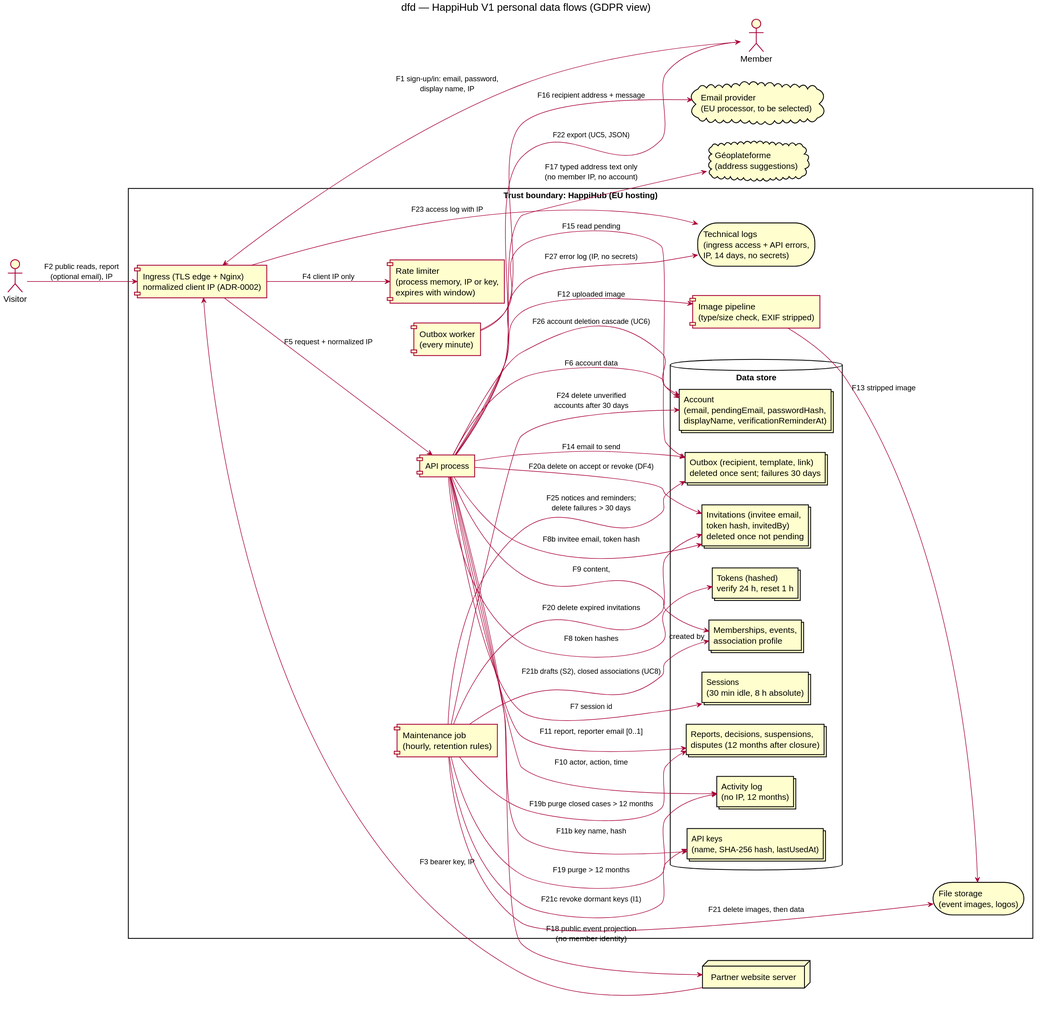
Earlier version of the PlantUML export docs/architecture/diagrams/v1-events/06-data-flow.svg (benoit-bremaud/HappiHub).
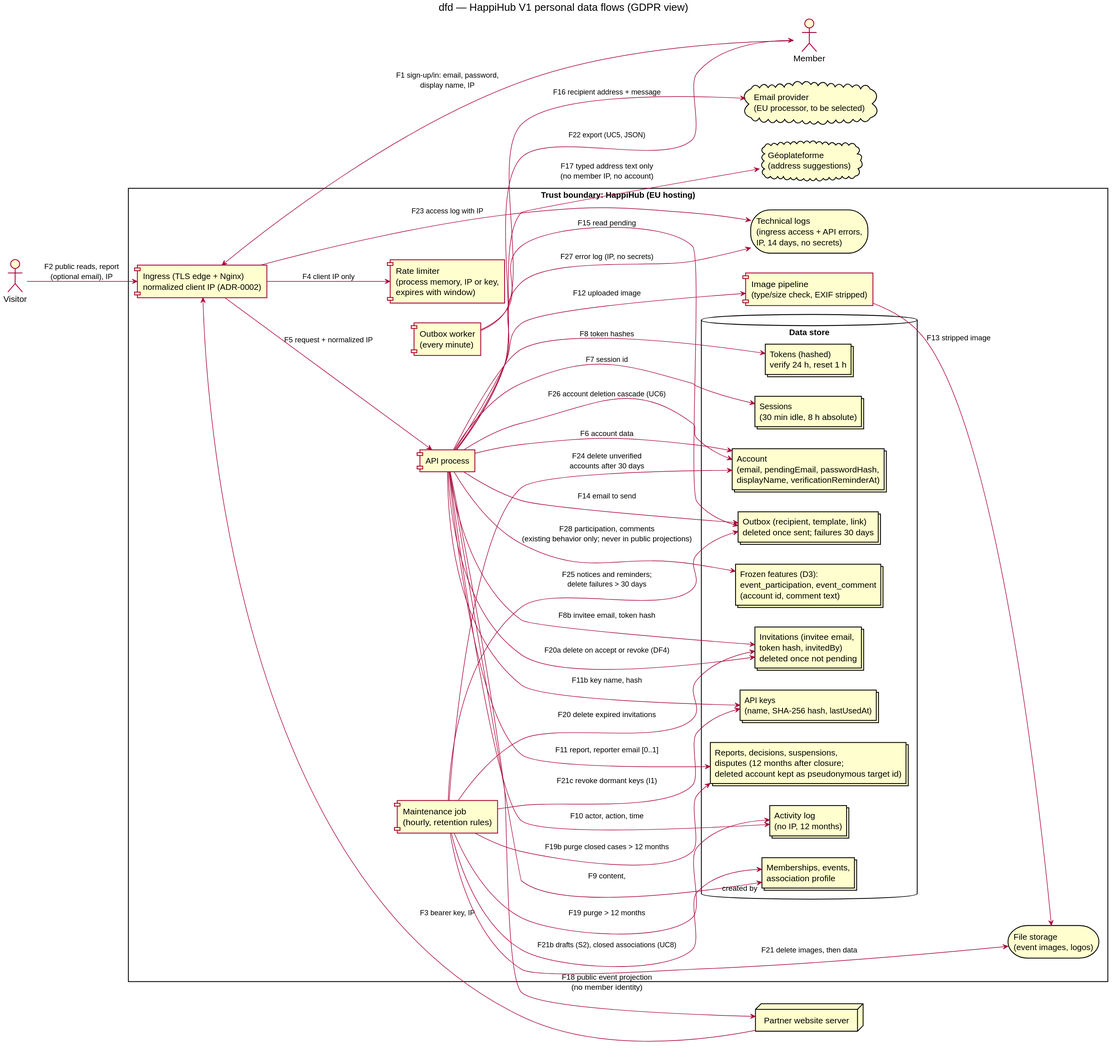
After the commit.

What changed in the source:
```diff
@@ -23,7 +23,8 @@
     collections "Invitations (invitee email,\ntoken hash, invitedBy)\ndeleted once not pending" as D_INV
     collections "Memberships, events,\nassociation profile" as D_ASSO
     collections "Activity log\n(no IP, 12 months)" as D_LOG
-    collections "Reports, decisions, suspensions,\ndisputes (12 months after closure)" as D_MOD
+    collections "Reports, decisions, suspensions,\ndisputes (12 months after closure;\ndeleted account kept as pseudonymous target id)" as D_MOD
+    collections "Frozen features (D3):\nevent_participation, event_comment\n(account id, comment text)" as D_FRZ
     collections "Outbox (recipient, template, link)\ndeleted once sent; failures 30 days" as D_OUT
     collections "API keys\n(name, SHA-256 hash, lastUsedAt)" as D_KEY
   }
@@ -67,4 +68,5 @@
 MJ --> D_OUT : F25 notices and reminders;\ndelete failures > 30 days
 API --> M : F22 export (UC5, JSON)
 API --> D_ACC : F26 account deletion cascade (UC6)
+API --> D_FRZ : F28 participation, comments\n(existing behavior only; never in public projections)
 @enduml
```
